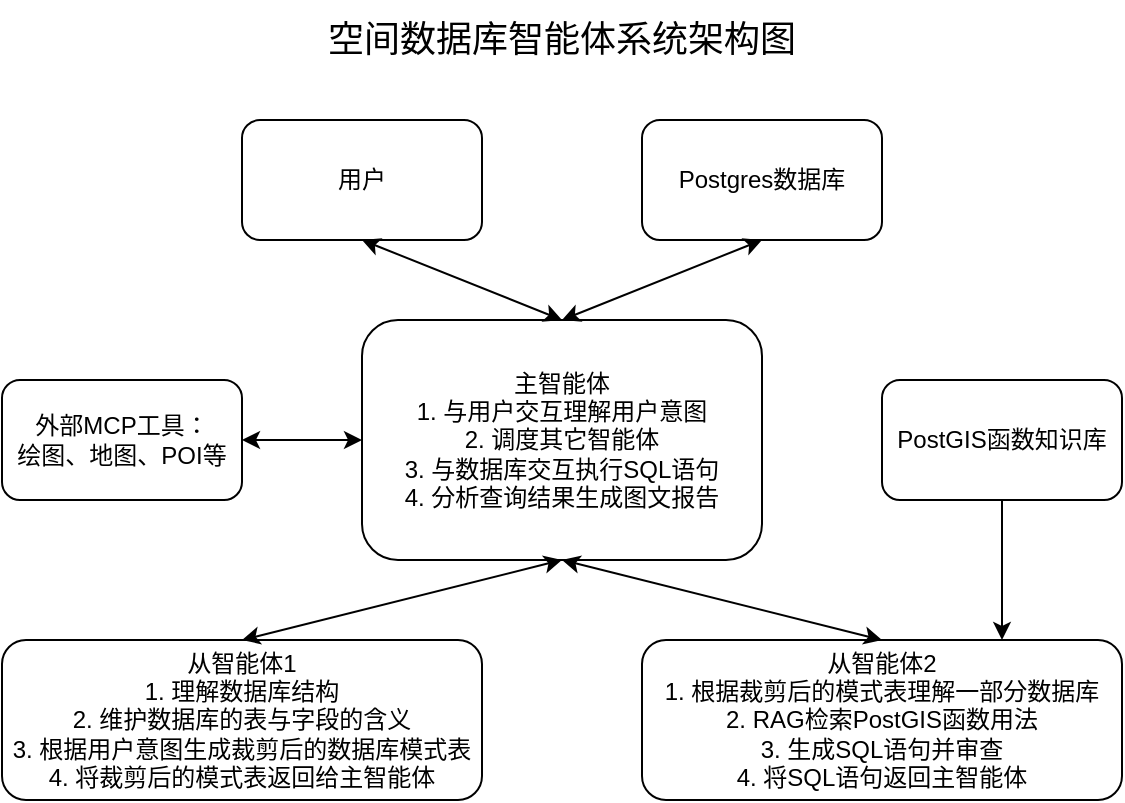
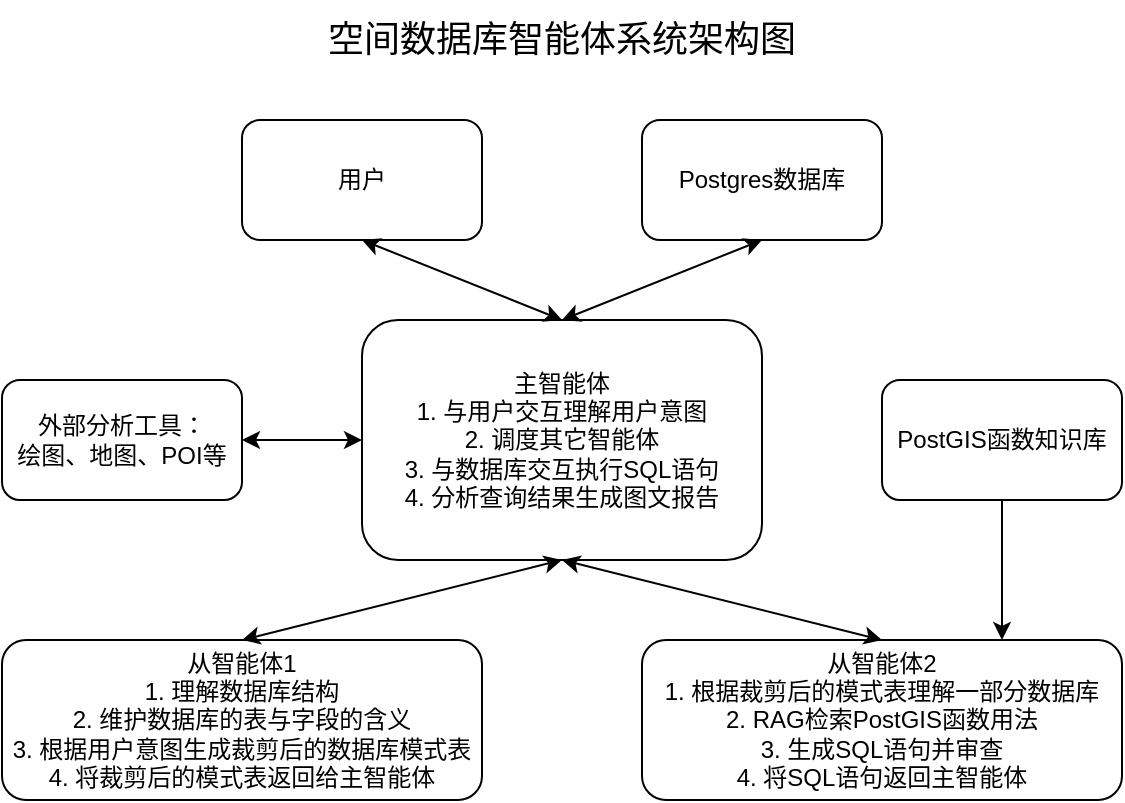
<mxfile host="app.diagrams.net" agent="Mozilla/5.0 (Windows NT 10.0; Win64; x64) AppleWebKit/537.36 (KHTML, like Gecko) Chrome/143.0.0.0 Safari/537.36 Edg/143.0.0.0" version="29.3.2">
  <diagram name="第 1 页" id="KaaI0dvN_nAdygtCRSoa">
    <mxGraphModel dx="940" dy="538" grid="1" gridSize="10" guides="1" tooltips="1" connect="1" arrows="1" fold="1" page="0" pageScale="1" pageWidth="827" pageHeight="1169" math="0" shadow="0">
      <root>
        <mxCell id="0" />
        <mxCell id="1" parent="0" />
        <mxCell id="gf_VkivsK0S8cW-0Pe2m-1" parent="1" style="rounded=1;whiteSpace=wrap;html=1;" value="用户" vertex="1">
          <mxGeometry height="60" width="120" x="160" y="100" as="geometry" />
        </mxCell>
        <mxCell id="gf_VkivsK0S8cW-0Pe2m-3" parent="1" style="rounded=1;whiteSpace=wrap;html=1;" value="主智能体&lt;div&gt;1. 与用户交互理解用户意图&lt;/div&gt;&lt;div&gt;2. 调度其它智能体&lt;/div&gt;&lt;div&gt;3. 与数据库交互执行SQL语句&lt;/div&gt;&lt;div&gt;4. 分析查询结果生成图文报告&lt;/div&gt;" vertex="1">
          <mxGeometry height="120" width="200" x="220" y="200" as="geometry" />
        </mxCell>
        <mxCell id="gf_VkivsK0S8cW-0Pe2m-5" parent="1" style="rounded=1;whiteSpace=wrap;html=1;" value="从智能体1&lt;div&gt;1. 理解数据库结构&lt;/div&gt;&lt;div&gt;2. 维护数据库的表与字段的含义&lt;/div&gt;&lt;div&gt;3. 根据用户意图生成裁剪后的数据库模式表&lt;/div&gt;&lt;div&gt;4. 将裁剪后的模式表返回给主智能体&lt;/div&gt;" vertex="1">
          <mxGeometry height="80" width="240" x="40" y="360" as="geometry" />
        </mxCell>
        <mxCell id="gf_VkivsK0S8cW-0Pe2m-9" parent="1" style="rounded=1;whiteSpace=wrap;html=1;" value="从智能体2&lt;div&gt;1. 根据裁剪后的模式表理解一部分数据库&lt;/div&gt;&lt;div&gt;2. RAG检索PostGIS函数用法&lt;/div&gt;&lt;div&gt;3. 生成SQL语句并审查&lt;/div&gt;&lt;div&gt;4. 将SQL语句返回主智能体&lt;/div&gt;" vertex="1">
          <mxGeometry height="80" width="240" x="360" y="360" as="geometry" />
        </mxCell>
        <mxCell id="gf_VkivsK0S8cW-0Pe2m-13" parent="1" style="rounded=1;whiteSpace=wrap;html=1;" value="Postgres数据库" vertex="1">
          <mxGeometry height="60" width="120" x="360" y="100" as="geometry" />
        </mxCell>
        <mxCell id="gf_VkivsK0S8cW-0Pe2m-30" edge="1" parent="1" source="gf_VkivsK0S8cW-0Pe2m-14" style="edgeStyle=orthogonalEdgeStyle;rounded=0;orthogonalLoop=1;jettySize=auto;html=1;entryX=0.75;entryY=0;entryDx=0;entryDy=0;" target="gf_VkivsK0S8cW-0Pe2m-9">
          <mxGeometry relative="1" as="geometry" />
        </mxCell>
        <mxCell id="gf_VkivsK0S8cW-0Pe2m-14" parent="1" style="rounded=1;whiteSpace=wrap;html=1;" value="PostGIS函数知识库" vertex="1">
          <mxGeometry height="60" width="120" x="480" y="230" as="geometry" />
        </mxCell>
        <mxCell id="gf_VkivsK0S8cW-0Pe2m-19" edge="1" parent="1" source="gf_VkivsK0S8cW-0Pe2m-3" style="endArrow=classic;startArrow=classic;html=1;rounded=0;entryX=0.5;entryY=1;entryDx=0;entryDy=0;exitX=0.5;exitY=0;exitDx=0;exitDy=0;" target="gf_VkivsK0S8cW-0Pe2m-1" value="">
          <mxGeometry height="50" relative="1" width="50" as="geometry">
            <mxPoint x="420" y="260" as="sourcePoint" />
            <mxPoint x="470" y="210" as="targetPoint" />
          </mxGeometry>
        </mxCell>
        <mxCell id="gf_VkivsK0S8cW-0Pe2m-20" edge="1" parent="1" source="gf_VkivsK0S8cW-0Pe2m-3" style="endArrow=classic;startArrow=classic;html=1;rounded=0;entryX=0.5;entryY=1;entryDx=0;entryDy=0;exitX=0.5;exitY=0;exitDx=0;exitDy=0;" target="gf_VkivsK0S8cW-0Pe2m-13" value="">
          <mxGeometry height="50" relative="1" width="50" as="geometry">
            <mxPoint x="420" y="260" as="sourcePoint" />
            <mxPoint x="470" y="210" as="targetPoint" />
          </mxGeometry>
        </mxCell>
        <mxCell id="gf_VkivsK0S8cW-0Pe2m-21" edge="1" parent="1" source="gf_VkivsK0S8cW-0Pe2m-5" style="endArrow=classic;startArrow=classic;html=1;rounded=0;exitX=0.5;exitY=0;exitDx=0;exitDy=0;entryX=0.5;entryY=1;entryDx=0;entryDy=0;" target="gf_VkivsK0S8cW-0Pe2m-3" value="">
          <mxGeometry height="50" relative="1" width="50" as="geometry">
            <mxPoint x="420" y="340" as="sourcePoint" />
            <mxPoint x="470" y="290" as="targetPoint" />
          </mxGeometry>
        </mxCell>
        <mxCell id="gf_VkivsK0S8cW-0Pe2m-22" edge="1" parent="1" source="gf_VkivsK0S8cW-0Pe2m-9" style="endArrow=classic;startArrow=classic;html=1;rounded=0;exitX=0.5;exitY=0;exitDx=0;exitDy=0;entryX=0.5;entryY=1;entryDx=0;entryDy=0;" target="gf_VkivsK0S8cW-0Pe2m-3" value="">
          <mxGeometry height="50" relative="1" width="50" as="geometry">
            <mxPoint x="420" y="340" as="sourcePoint" />
            <mxPoint x="470" y="290" as="targetPoint" />
          </mxGeometry>
        </mxCell>
-         <mxCell id="gf_VkivsK0S8cW-0Pe2m-28" parent="1" style="rounded=1;whiteSpace=wrap;html=1;" value="外部MCP工具：&lt;div&gt;绘图、地图、POI等&lt;/div&gt;" vertex="1">
+         <mxCell id="gf_VkivsK0S8cW-0Pe2m-28" parent="1" style="rounded=1;whiteSpace=wrap;html=1;" value="外部分析工具：&lt;div&gt;绘图、地图、POI等&lt;/div&gt;" vertex="1">
          <mxGeometry height="60" width="120" x="40" y="230" as="geometry" />
        </mxCell>
        <mxCell id="gf_VkivsK0S8cW-0Pe2m-29" edge="1" parent="1" source="gf_VkivsK0S8cW-0Pe2m-28" style="endArrow=classic;startArrow=classic;html=1;rounded=0;exitX=1;exitY=0.5;exitDx=0;exitDy=0;entryX=0;entryY=0.5;entryDx=0;entryDy=0;" target="gf_VkivsK0S8cW-0Pe2m-3" value="">
          <mxGeometry height="50" relative="1" width="50" as="geometry">
            <mxPoint x="350" y="340" as="sourcePoint" />
            <mxPoint x="400" y="290" as="targetPoint" />
          </mxGeometry>
        </mxCell>
        <mxCell id="gf_VkivsK0S8cW-0Pe2m-31" parent="1" style="text;html=1;whiteSpace=wrap;strokeColor=none;fillColor=none;align=center;verticalAlign=middle;rounded=0;autosize=1;resizable=0;" value="&lt;font style=&quot;font-size: 18px;&quot;&gt;空间数据库智能体系统架构图&lt;/font&gt;" vertex="1">
          <mxGeometry height="40" width="260" x="190" y="40" as="geometry" />
        </mxCell>
      </root>
    </mxGraphModel>
  </diagram>
</mxfile>
